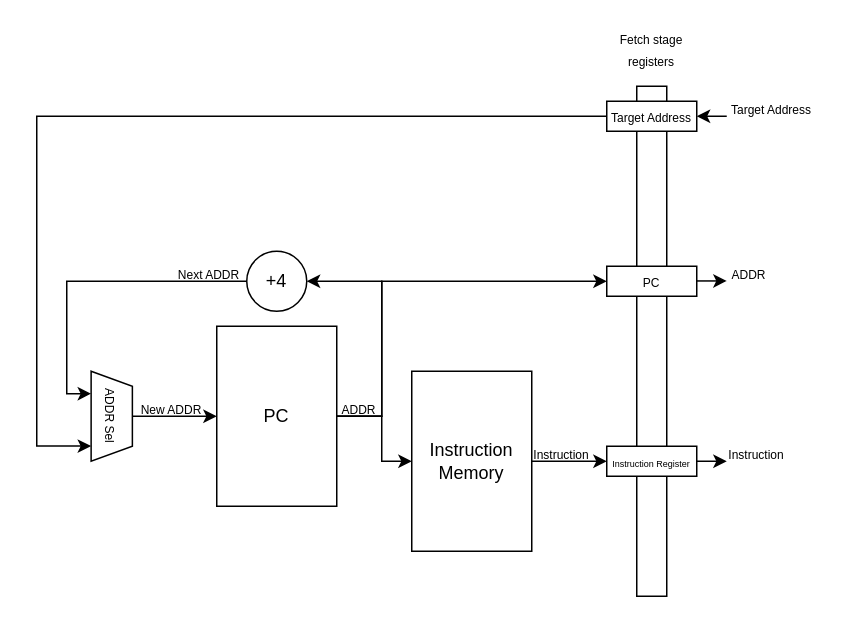
The draw.io diagram page "Fetch stage" (2 of 6) of docs/imgs/microarchitecture/multi-cycle_datapath.drawio in WachirawichN/C0-CPU, before the edit. Source tidied: cells renumbered, new cells numbered last; positions are measured from the earlier drawing's top-left corner, leaving out a move shared by most shapes. Both pictures are drawn from the tidied source at 150%, with x=0, y=0 at pixel (36, 26).
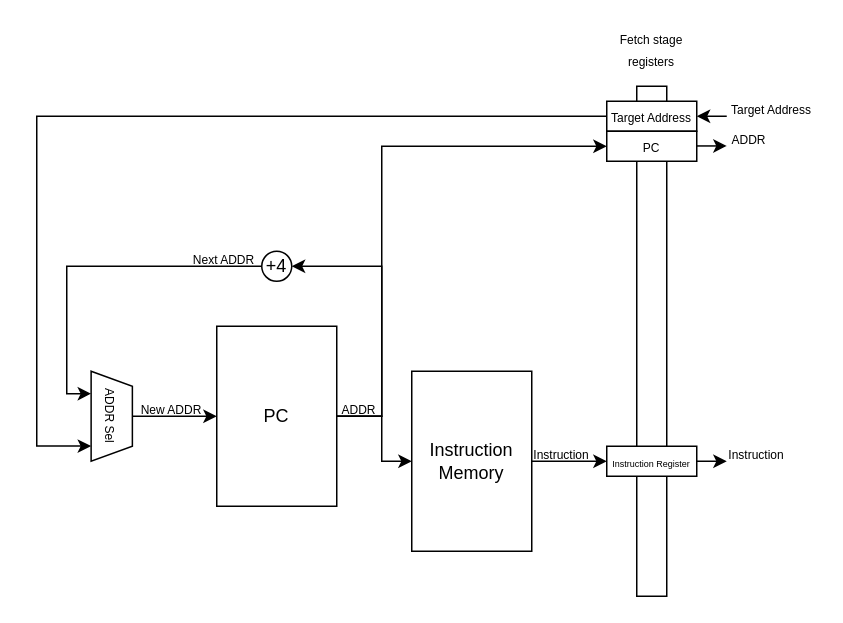
After the change.

The change refers to these unchanged cells:
```xml
<mxCell id="15" value="&lt;font style=&quot;font-size: 8px;&quot;&gt;ADDR Sel&lt;/font&gt;" style="shape=trapezoid;perimeter=trapezoidPerimeter;whiteSpace=wrap;html=1;fixedSize=1;rotation=90;size=10;" parent="1" vertex="1">
  <mxGeometry x="20" y="246.2" width="60" height="27.5" as="geometry" />
</mxCell>
```

Change to the diagram source:
```diff
@@
-    <mxCell id="3" style="edgeStyle=orthogonalEdgeStyle;rounded=0;jettySize=auto;html=1;exitX=1;exitY=0.5;exitDx=0;exitDy=0;entryX=0;entryY=1;entryDx=0;entryDy=0;" parent="1" edge="1" target="6">
-      <mxGeometry relative="1" as="geometry">
-        <mxPoint x="440" y="169.8" as="sourcePoint" />
-      </mxGeometry>
-    </mxCell>
@@
-    <mxCell id="6" value="&lt;font style=&quot;font-size: 8px;&quot;&gt;ADDR&lt;/font&gt;" style="text;html=1;whiteSpace=wrap;strokeColor=none;fillColor=none;align=center;verticalAlign=middle;rounded=0;" parent="1" vertex="1">
-      <mxGeometry x="460" y="160" width="30" height="10" as="geometry" />
-    </mxCell>
@@
     <mxCell id="8" style="edgeStyle=orthogonalEdgeStyle;rounded=0;jettySize=auto;html=1;entryX=0.25;entryY=1;entryDx=0;entryDy=0;" parent="1" edge="1" source="9" target="15">
       <mxGeometry relative="1" as="geometry">
         <Array as="points">
-          <mxPoint x="20" y="170" />
+          <mxPoint x="20" y="160" />
           <mxPoint x="20" y="245" />
         </Array>
       </mxGeometry>
     </mxCell>
     <mxCell id="9" value="+4" style="ellipse;whiteSpace=wrap;html=1;" parent="1" vertex="1">
-      <mxGeometry x="140" y="150" width="40" height="40" as="geometry" />
+      <mxGeometry x="150" y="150" width="20" height="20" as="geometry" />
     </mxCell>
     <mxCell id="10" style="edgeStyle=orthogonalEdgeStyle;rounded=0;jettySize=auto;html=1;entryX=1;entryY=0.5;entryDx=0;entryDy=0;" parent="1" edge="1" target="9">
       <mxGeometry relative="1" as="geometry">
         <mxPoint x="200" y="260" as="sourcePoint" />
         <Array as="points">
           <mxPoint x="230" y="260" />
-          <mxPoint x="230" y="170" />
+          <mxPoint x="230" y="160" />
+          <mxPoint x="170" y="160" />
         </Array>
       </mxGeometry>
     </mxCell>
@@
-    <mxCell id="13" style="edgeStyle=orthogonalEdgeStyle;rounded=0;orthogonalLoop=1;jettySize=auto;html=1;entryX=0;entryY=0.5;entryDx=0;entryDy=0;" parent="1" edge="1">
+    <mxCell id="13" style="edgeStyle=orthogonalEdgeStyle;rounded=0;jettySize=auto;html=1;entryX=0;entryY=0.5;entryDx=0;entryDy=0;" parent="1" edge="1" target="27">
       <mxGeometry relative="1" as="geometry">
         <mxPoint x="200" y="260" as="sourcePoint" />
-        <mxPoint x="380" y="170" as="targetPoint" />
         <Array as="points">
           <mxPoint x="230" y="260" />
-          <mxPoint x="230" y="170" />
+          <mxPoint x="230" y="80" />
         </Array>
       </mxGeometry>
     </mxCell>
@@
     <mxCell id="19" value="&lt;font style=&quot;font-size: 8px;&quot;&gt;Next ADDR&lt;/font&gt;" style="text;html=1;whiteSpace=wrap;strokeColor=none;fillColor=none;align=center;verticalAlign=middle;rounded=0;" parent="1" vertex="1">
-      <mxGeometry x="90" y="160" width="50" height="10" as="geometry" />
+      <mxGeometry x="100" y="150" width="50" height="10" as="geometry" />
     </mxCell>
@@
-    <mxCell id="23" style="group;" parent="1" vertex="1">
-      <mxGeometry x="380" y="10" width="60" height="370" as="geometry" />
-    </mxCell>
+    <mxCell id="3" style="edgeStyle=orthogonalEdgeStyle;rounded=0;jettySize=auto;html=1;exitX=1;exitY=0.5;exitDx=0;exitDy=0;entryX=0;entryY=1;entryDx=0;entryDy=0;" parent="1" edge="1" target="6">
+      <mxGeometry relative="1" as="geometry">
+        <mxPoint x="440" y="79.8" as="sourcePoint" />
+      </mxGeometry>
+    </mxCell>
+    <mxCell id="6" value="&lt;font style=&quot;font-size: 8px;&quot;&gt;ADDR&lt;/font&gt;" style="text;html=1;whiteSpace=wrap;strokeColor=none;fillColor=none;align=center;verticalAlign=middle;rounded=0;" parent="1" vertex="1">
+      <mxGeometry x="460" y="70" width="30" height="10" as="geometry" />
+    </mxCell>
+    <mxCell id="29" style="group;" parent="1" vertex="1">
+      <mxGeometry x="380" width="60" height="380" as="geometry" />
+    </mxCell>
-    <mxCell id="24" style="rounded=0;whiteSpace=wrap;html=1;strokeColor=light-dark(#000000,#FFFFFF);fillColor=light-dark(#FFFFFF,#000000);" parent="23" vertex="1">
-      <mxGeometry x="20" y="30" width="20" height="340" as="geometry" />
+    <mxCell id="24" style="rounded=0;whiteSpace=wrap;html=1;strokeColor=light-dark(#000000,#FFFFFF);fillColor=light-dark(#FFFFFF,#000000);" parent="29" vertex="1">
+      <mxGeometry x="20" y="40" width="20" height="340" as="geometry" />
     </mxCell>
-    <mxCell id="25" value="&lt;font style=&quot;font-size: 8px;&quot;&gt;Fetch stage registers&lt;/font&gt;" style="text;html=1;whiteSpace=wrap;strokeColor=none;fillColor=none;align=center;verticalAlign=middle;rounded=0;" parent="23" vertex="1">
-      <mxGeometry y="-10" width="60" height="30" as="geometry" />
+    <mxCell id="25" value="&lt;font style=&quot;font-size: 8px;&quot;&gt;Fetch stage registers&lt;/font&gt;" style="text;html=1;whiteSpace=wrap;strokeColor=none;fillColor=none;align=center;verticalAlign=middle;rounded=0;" parent="29" vertex="1">
+      <mxGeometry width="60" height="30" as="geometry" />
     </mxCell>
-    <mxCell id="26" value="&lt;div&gt;&lt;font style=&quot;font-size: 6px;&quot;&gt;Instruction Register&lt;/font&gt;&lt;/div&gt;" style="rounded=0;whiteSpace=wrap;html=1;strokeColor=light-dark(#000000,#FFFFFF);fillColor=light-dark(#FFFFFF,#000000);" parent="23" vertex="1">
-      <mxGeometry y="270" width="60" height="20" as="geometry" />
+    <mxCell id="26" value="&lt;div&gt;&lt;font style=&quot;font-size: 6px;&quot;&gt;Instruction Register&lt;/font&gt;&lt;/div&gt;" style="rounded=0;whiteSpace=wrap;html=1;strokeColor=light-dark(#000000,#FFFFFF);fillColor=light-dark(#FFFFFF,#000000);" parent="29" vertex="1">
+      <mxGeometry y="280" width="60" height="20" as="geometry" />
     </mxCell>
+    <mxCell id="28" value="&lt;font style=&quot;font-size: 8px;&quot;&gt;Target Address&lt;/font&gt;" style="rounded=0;whiteSpace=wrap;html=1;strokeColor=light-dark(#000000,#FFFFFF);fillColor=light-dark(#FFFFFF,#000000);" parent="29" vertex="1">
+      <mxGeometry y="50" width="60" height="20" as="geometry" />
+    </mxCell>
-    <mxCell id="27" value="&lt;font style=&quot;font-size: 8px;&quot;&gt;PC&lt;/font&gt;" style="rounded=0;whiteSpace=wrap;html=1;strokeColor=light-dark(#000000,#FFFFFF);fillColor=light-dark(#FFFFFF,#000000);" parent="23" vertex="1">
-      <mxGeometry y="150" width="60" height="20" as="geometry" />
+    <mxCell id="27" value="&lt;font style=&quot;font-size: 8px;&quot;&gt;PC&lt;/font&gt;" style="rounded=0;whiteSpace=wrap;html=1;strokeColor=light-dark(#000000,#FFFFFF);fillColor=light-dark(#FFFFFF,#000000);" parent="29" vertex="1">
+      <mxGeometry y="70" width="60" height="20" as="geometry" />
     </mxCell>
-    <mxCell id="28" value="&lt;font style=&quot;font-size: 8px;&quot;&gt;Target Address&lt;/font&gt;" style="rounded=0;whiteSpace=wrap;html=1;strokeColor=light-dark(#000000,#FFFFFF);fillColor=light-dark(#FFFFFF,#000000);" parent="23" vertex="1">
-      <mxGeometry y="40" width="60" height="20" as="geometry" />
-    </mxCell>
```
